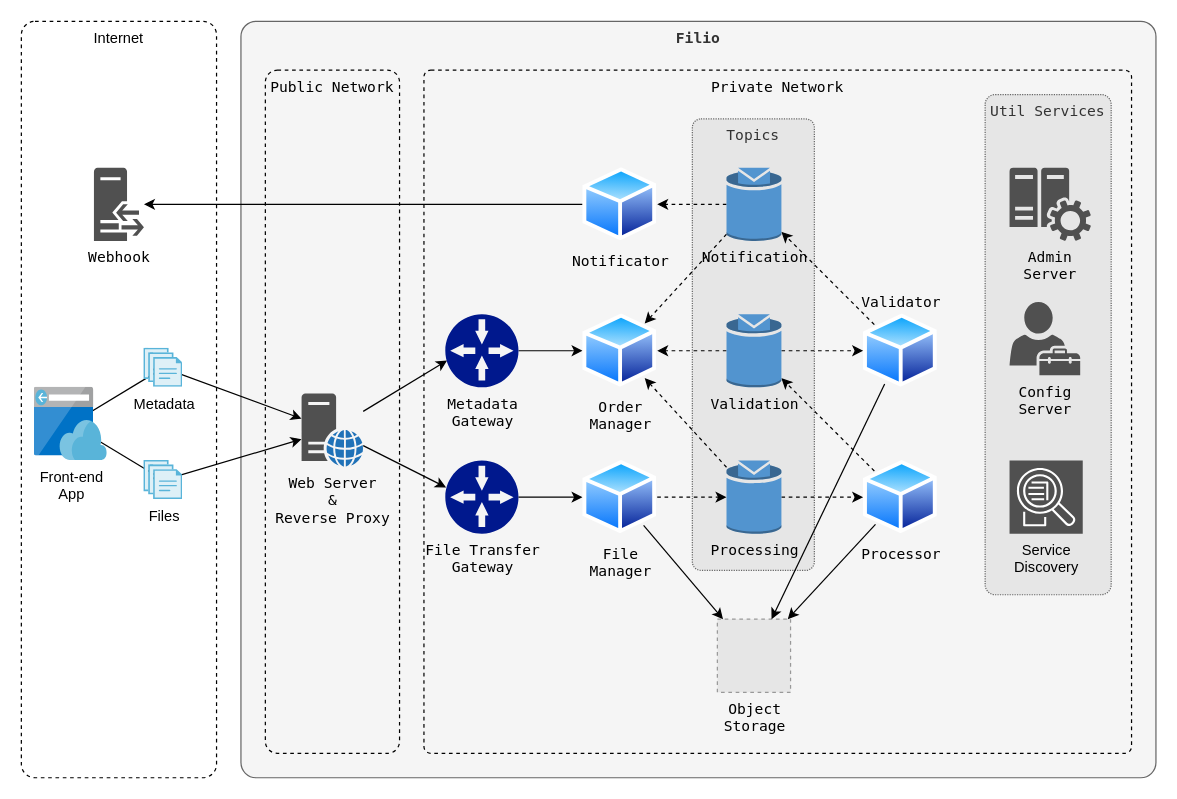
Earlier version of the draw.io diagram docs/filio-architecture.drawio (jonatascbarroso/filio). Source tidied: cells renumbered, new cells numbered last; positions are measured from the earlier drawing's top-left corner, leaving out a move shared by most shapes. Both pictures are drawn from the tidied source at 122%, with x=0, y=0 at pixel (21, 21). Pictures stored in the file or linked from it are replaced by grey dashed boxes.
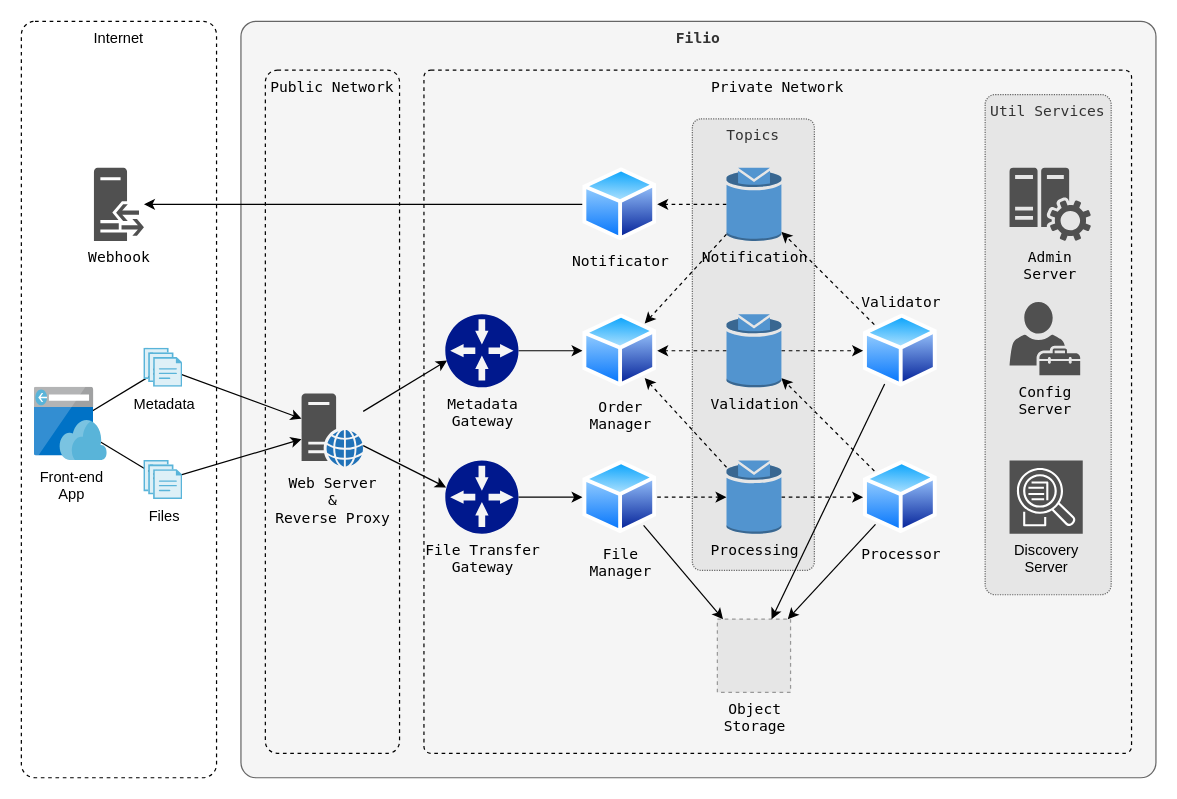
After the change.

The edit, as a diff of the source:
```diff
@@
-    <mxCell id="45" value="&lt;div&gt;Service&lt;/div&gt;&lt;div&gt;Discovery&lt;br&gt;&lt;/div&gt;" style="fontColor=#000000;gradientColor=none;gradientDirection=north;fillColor=#505050;strokeColor=#ffffff;dashed=0;verticalLabelPosition=bottom;verticalAlign=top;align=center;html=1;fontSize=12;fontStyle=0;shape=mxgraph.aws4.resourceIcon;resIcon=mxgraph.aws4.application_discovery_service;shadow=0;glass=0;dashPattern=1 1;comic=0;labelBackgroundColor=none;" parent="1" vertex="1">
+    <mxCell id="45" value="&lt;div&gt;Discovery&lt;/div&gt;&lt;div&gt;Server&lt;br&gt;&lt;/div&gt;" style="fontColor=#000000;gradientColor=none;gradientDirection=north;fillColor=#505050;strokeColor=#ffffff;dashed=0;verticalLabelPosition=bottom;verticalAlign=top;align=center;html=1;fontSize=12;fontStyle=0;shape=mxgraph.aws4.resourceIcon;resIcon=mxgraph.aws4.application_discovery_service;shadow=0;glass=0;dashPattern=1 1;comic=0;labelBackgroundColor=none;" parent="1" vertex="1">
       <mxGeometry x="810" y="360" width="60" height="60" as="geometry" />
     </mxCell>
```
